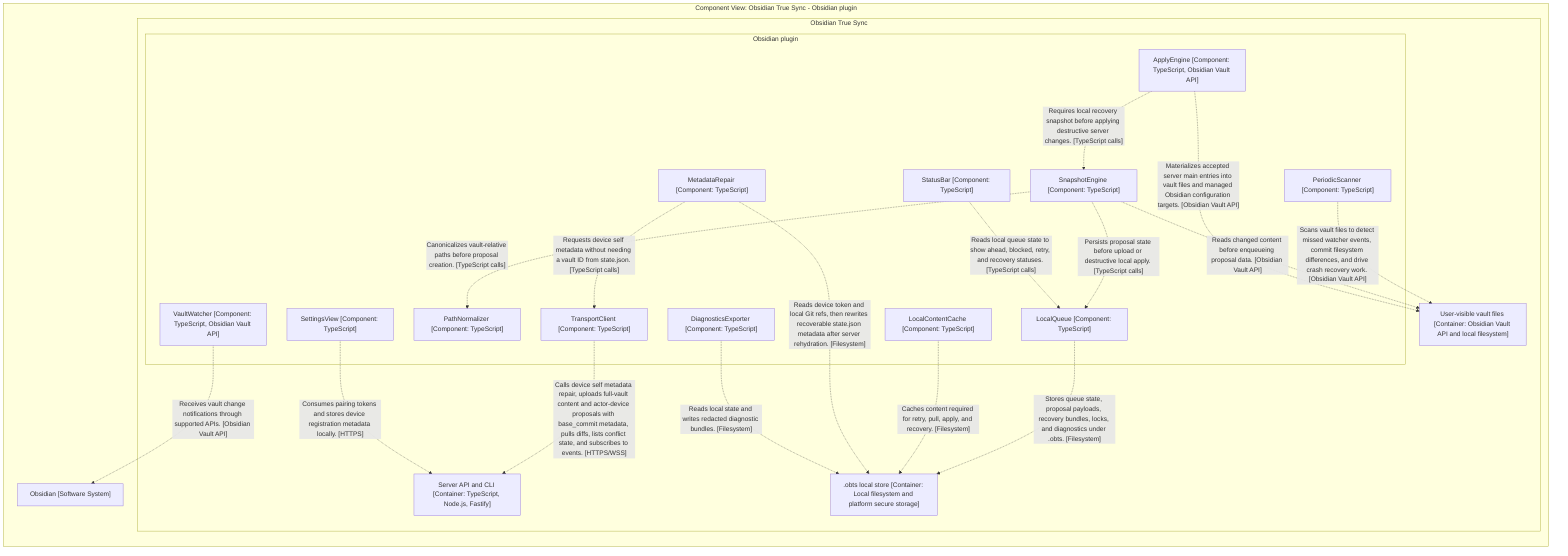
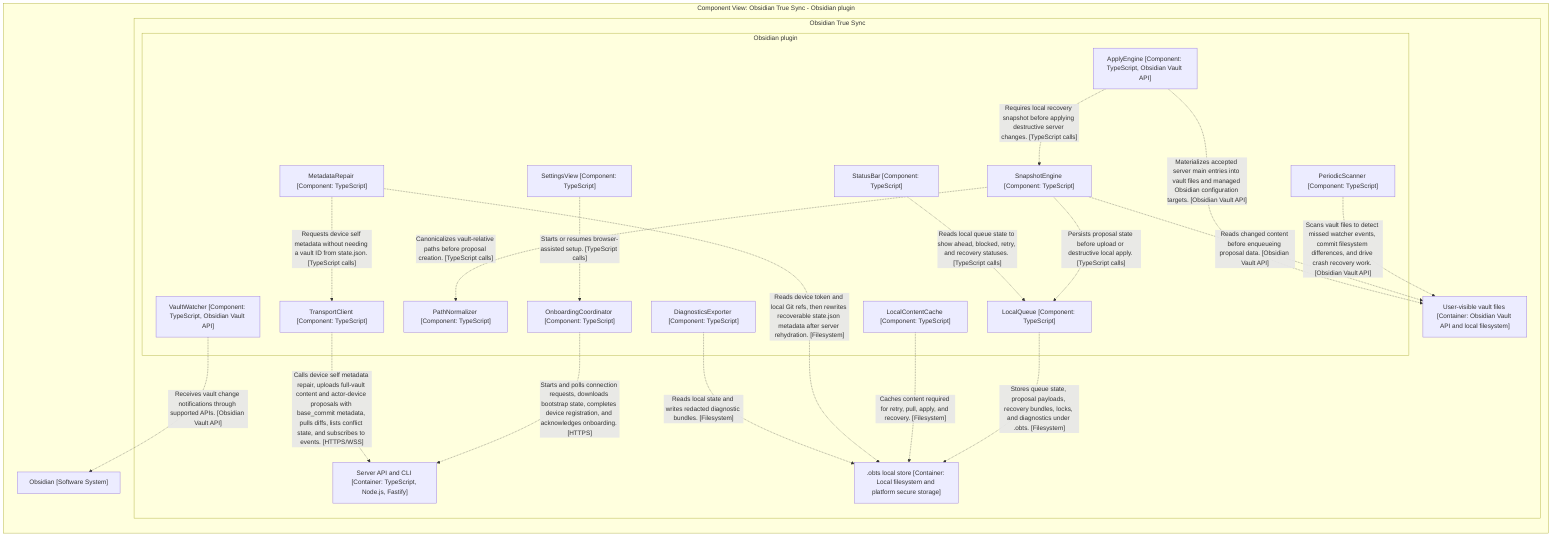
graph LR

  subgraph diagram ["Component View: Obsidian True Sync - Obsidian plugin"]

    4["Obsidian [Software System]"]

    subgraph 6 ["Obsidian True Sync"]

-       subgraph 29 ["Obsidian plugin"]
+       subgraph 31 ["Obsidian plugin"]

-         30["SettingsView [Component: TypeScript]"]
-         31["StatusBar [Component: TypeScript]"]
-         32["VaultWatcher [Component: TypeScript, Obsidian Vault API]"]
-         33["PeriodicScanner [Component: TypeScript]"]
-         34["PathNormalizer [Component: TypeScript]"]
-         35["SnapshotEngine [Component: TypeScript]"]
-         36["LocalQueue [Component: TypeScript]"]
-         37["LocalContentCache [Component: TypeScript]"]
-         38["MetadataRepair [Component: TypeScript]"]
-         39["TransportClient [Component: TypeScript]"]
-         40["ApplyEngine [Component: TypeScript, Obsidian Vault API]"]
-         41["DiagnosticsExporter [Component: TypeScript]"]
+         32["SettingsView [Component: TypeScript]"]
+         33["OnboardingCoordinator [Component: TypeScript]"]
+         34["StatusBar [Component: TypeScript]"]
+         35["VaultWatcher [Component: TypeScript, Obsidian Vault API]"]
+         36["PeriodicScanner [Component: TypeScript]"]
+         37["PathNormalizer [Component: TypeScript]"]
+         38["SnapshotEngine [Component: TypeScript]"]
+         39["LocalQueue [Component: TypeScript]"]
+         40["LocalContentCache [Component: TypeScript]"]
+         41["MetadataRepair [Component: TypeScript]"]
+         42["TransportClient [Component: TypeScript]"]
+         43["ApplyEngine [Component: TypeScript, Obsidian Vault API]"]
+         44["DiagnosticsExporter [Component: TypeScript]"]
      end

-       42["User-visible vault files [Container: Obsidian Vault API and local filesystem]"]
-       43[".obts local store [Container: Local filesystem and platform secure storage]"]
+       45["User-visible vault files [Container: Obsidian Vault API and local filesystem]"]
+       46[".obts local store [Container: Local filesystem and platform secure storage]"]
      7["Server API and CLI [Container: TypeScript, Node.js, Fastify]"]
    end

-     32-. "Receives vault change notifications through supported APIs. [Obsidian Vault API]" .->4
-     33-. "Scans vault files to detect missed watcher events, commit filesystem differences, and drive crash recovery work. [Obsidian Vault API]" .->42
-     35-. "Canonicalizes vault-relative paths before proposal creation. [TypeScript calls]" .->34
-     35-. "Reads changed content before enqueueing proposal data. [Obsidian Vault API]" .->42
-     35-. "Persists proposal state before upload or destructive local apply. [TypeScript calls]" .->36
-     36-. "Stores queue state, proposal payloads, recovery bundles, locks, and diagnostics under .obts. [Filesystem]" .->43
-     37-. "Caches content required for retry, pull, apply, and recovery. [Filesystem]" .->43
-     38-. "Reads device token and local Git refs, then rewrites recoverable state.json metadata after server rehydration. [Filesystem]" .->43
-     38-. "Requests device self metadata without needing a vault ID from state.json. [TypeScript calls]" .->39
-     39-. "Calls device self metadata repair, uploads full-vault content and actor-device proposals with base_commit metadata, pulls diffs, lists conflict state, and subscribes to events. [HTTPS/WSS]" .->7
-     40-. "Requires local recovery snapshot before applying destructive server changes. [TypeScript calls]" .->35
-     40-. "Materializes accepted server main entries into vault files and managed Obsidian configuration targets. [Obsidian Vault API]" .->42
-     31-. "Reads local queue state to show ahead, blocked, retry, and recovery statuses. [TypeScript calls]" .->36
-     41-. "Reads local state and writes redacted diagnostic bundles. [Filesystem]" .->43
-     30-. "Consumes pairing tokens and stores device registration metadata locally. [HTTPS]" .->7
+     32-. "Starts or resumes browser-assisted setup. [TypeScript calls]" .->33
+     33-. "Starts and polls connection requests, downloads bootstrap state, completes device registration, and acknowledges onboarding. [HTTPS]" .->7
+     35-. "Receives vault change notifications through supported APIs. [Obsidian Vault API]" .->4
+     36-. "Scans vault files to detect missed watcher events, commit filesystem differences, and drive crash recovery work. [Obsidian Vault API]" .->45
+     38-. "Canonicalizes vault-relative paths before proposal creation. [TypeScript calls]" .->37
+     38-. "Reads changed content before enqueueing proposal data. [Obsidian Vault API]" .->45
+     38-. "Persists proposal state before upload or destructive local apply. [TypeScript calls]" .->39
+     39-. "Stores queue state, proposal payloads, recovery bundles, locks, and diagnostics under .obts. [Filesystem]" .->46
+     40-. "Caches content required for retry, pull, apply, and recovery. [Filesystem]" .->46
+     41-. "Reads device token and local Git refs, then rewrites recoverable state.json metadata after server rehydration. [Filesystem]" .->46
+     41-. "Requests device self metadata without needing a vault ID from state.json. [TypeScript calls]" .->42
+     42-. "Calls device self metadata repair, uploads full-vault content and actor-device proposals with base_commit metadata, pulls diffs, lists conflict state, and subscribes to events. [HTTPS/WSS]" .->7
+     43-. "Requires local recovery snapshot before applying destructive server changes. [TypeScript calls]" .->38
+     43-. "Materializes accepted server main entries into vault files and managed Obsidian configuration targets. [Obsidian Vault API]" .->45
+     34-. "Reads local queue state to show ahead, blocked, retry, and recovery statuses. [TypeScript calls]" .->39
+     44-. "Reads local state and writes redacted diagnostic bundles. [Filesystem]" .->46

  end
